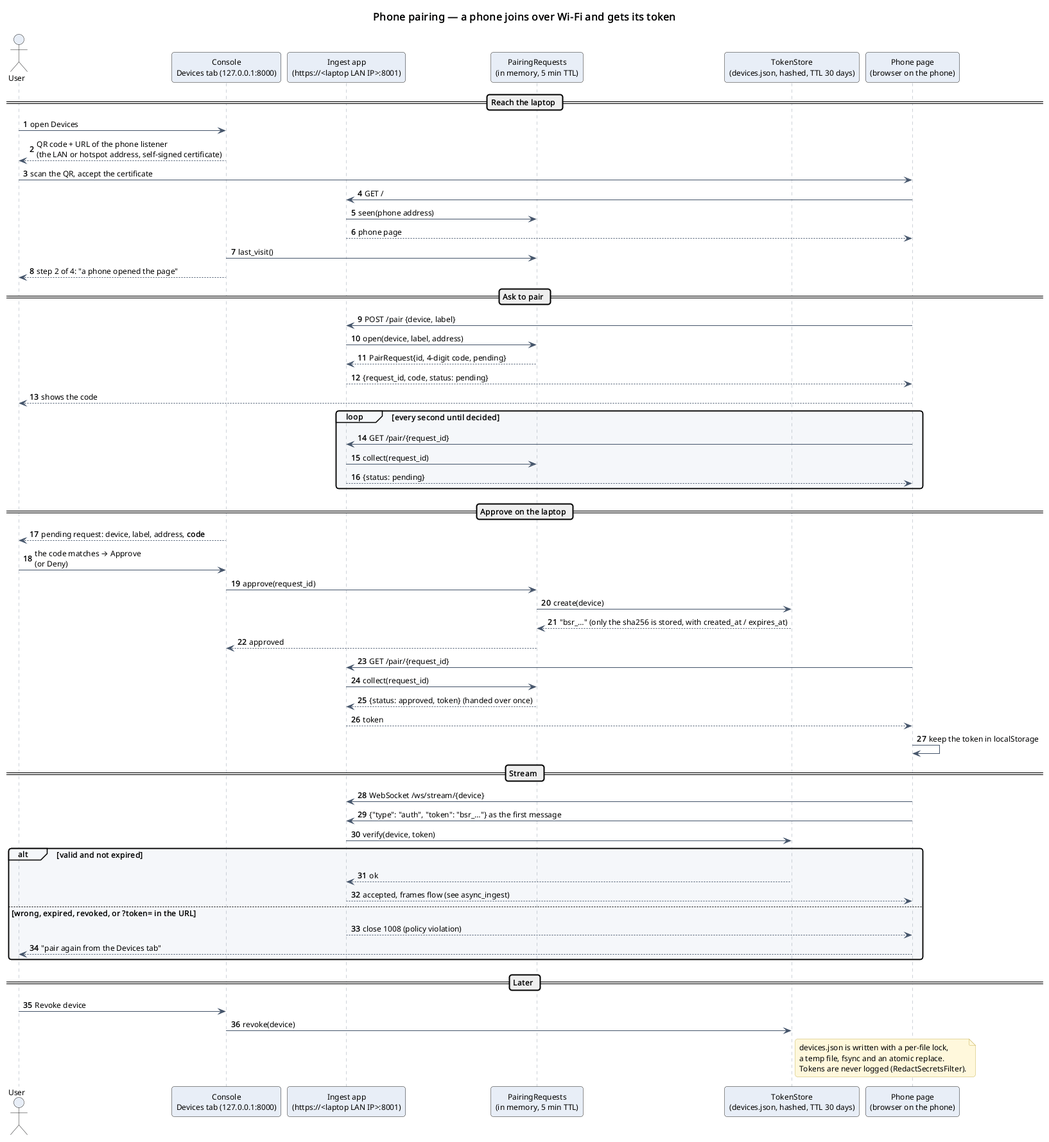
The PlantUML diagram software_engineering/3_sequence_diagrams/phone_pairing.png in omarTBakr/Basir, before a commit. Source of this version:
```plantuml
@startuml
!include ../_style.iuml
title Phone pairing — a phone joins over Wi-Fi and gets its token
autonumber "<b>0"

actor User as user
participant "Console\nDevices tab (127.0.0.1:8000)" as devtab
participant "Ingest app\n(https://<laptop LAN IP>:8001)" as ingest
participant "PairingRequests\n(in memory, 5 min TTL)" as pairing
participant "TokenStore\n(devices.json, hashed, TTL 30 days)" as tokens
participant "Phone page\n(browser on the phone)" as phone

== Reach the laptop ==
user -> devtab : open Devices
devtab --> user : QR code + URL of the phone listener\n(the LAN or hotspot address, self-signed certificate)
user -> phone : scan the QR, accept the certificate
phone -> ingest : GET /
ingest -> pairing : seen(phone address)
ingest --> phone : phone page
devtab -> pairing : last_visit()
devtab --> user : step 2 of 4: "a phone opened the page"

== Ask to pair ==
phone -> ingest : POST /pair {device, label}
ingest -> pairing : open(device, label, address)
pairing --> ingest : PairRequest{id, 4-digit code, pending}
ingest --> phone : {request_id, code, status: pending}
phone --> user : shows the code
loop every second until decided
  phone -> ingest : GET /pair/{request_id}
  ingest -> pairing : collect(request_id)
  ingest --> phone : {status: pending}
end

== Approve on the laptop ==
devtab --> user : pending request: device, label, address, **code**
user -> devtab : the code matches → Approve\n(or Deny)
devtab -> pairing : approve(request_id)
pairing -> tokens : create(device)
tokens --> pairing : "bsr_…" (only the sha256 is stored, with created_at / expires_at)
pairing --> devtab : approved
phone -> ingest : GET /pair/{request_id}
ingest -> pairing : collect(request_id)
pairing --> ingest : {status: approved, token} (handed over once)
ingest --> phone : token
phone -> phone : keep the token in localStorage

== Stream ==
phone -> ingest : WebSocket /ws/stream/{device}
phone -> ingest : {"type": "auth", "token": "bsr_…"} as the first message
ingest -> tokens : verify(device, token)
alt valid and not expired
  tokens --> ingest : ok
  ingest --> phone : accepted, frames flow (see async_ingest)
else wrong, expired, revoked, or ?token= in the URL
  ingest --> phone : close 1008 (policy violation)
  phone --> user : "pair again from the Devices tab"
end

== Later ==
user -> devtab : Revoke device
devtab -> tokens : revoke(device)
note right of tokens
  devices.json is written with a per-file lock,
  a temp file, fsync and an atomic replace.
  Tokens are never logged (RedactSecretsFilter).
end note
@enduml
```
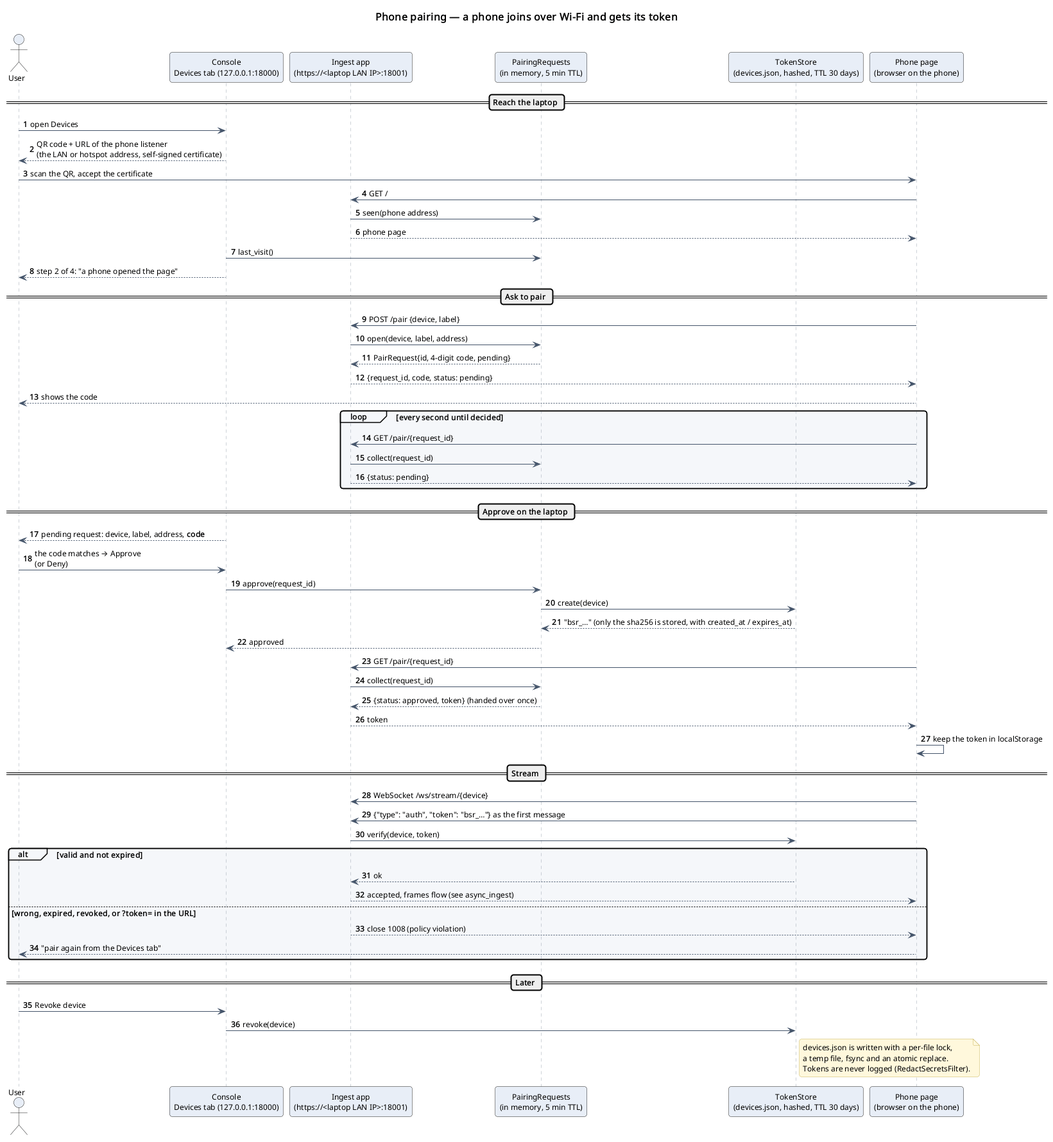
The same diagram one commit later.

The edit, as a diff of the source:
```diff
@@ -4,8 +4,8 @@
 autonumber "<b>0"
 
 actor User as user
-participant "Console\nDevices tab (127.0.0.1:8000)" as devtab
-participant "Ingest app\n(https://<laptop LAN IP>:8001)" as ingest
+participant "Console\nDevices tab (127.0.0.1:18000)" as devtab
+participant "Ingest app\n(https://<laptop LAN IP>:18001)" as ingest
 participant "PairingRequests\n(in memory, 5 min TTL)" as pairing
 participant "TokenStore\n(devices.json, hashed, TTL 30 days)" as tokens
 participant "Phone page\n(browser on the phone)" as phone
```
